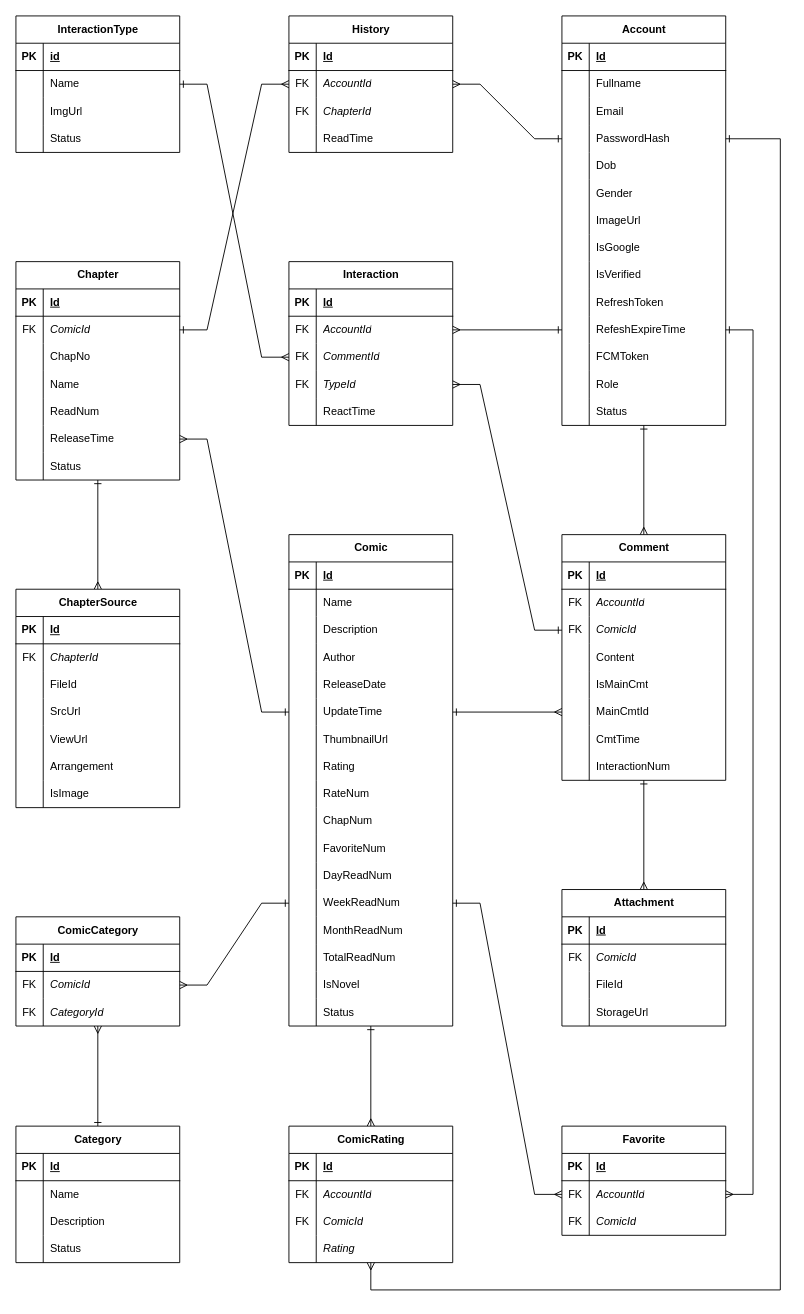
hiepquoc0607/OnComics keeps this draw.io diagram as page "Logical" (2 of 2) of OnComics.Scripts/OnComics-ERD-Diagram.drawio. Above is the earlier version. Source tidied: cells renumbered, new cells numbered last; positions are measured from the earlier drawing's top-left corner, leaving out a move shared by most shapes. Both pictures are drawn from the tidied source at 91%, with x=0, y=0 at pixel (15, 15).
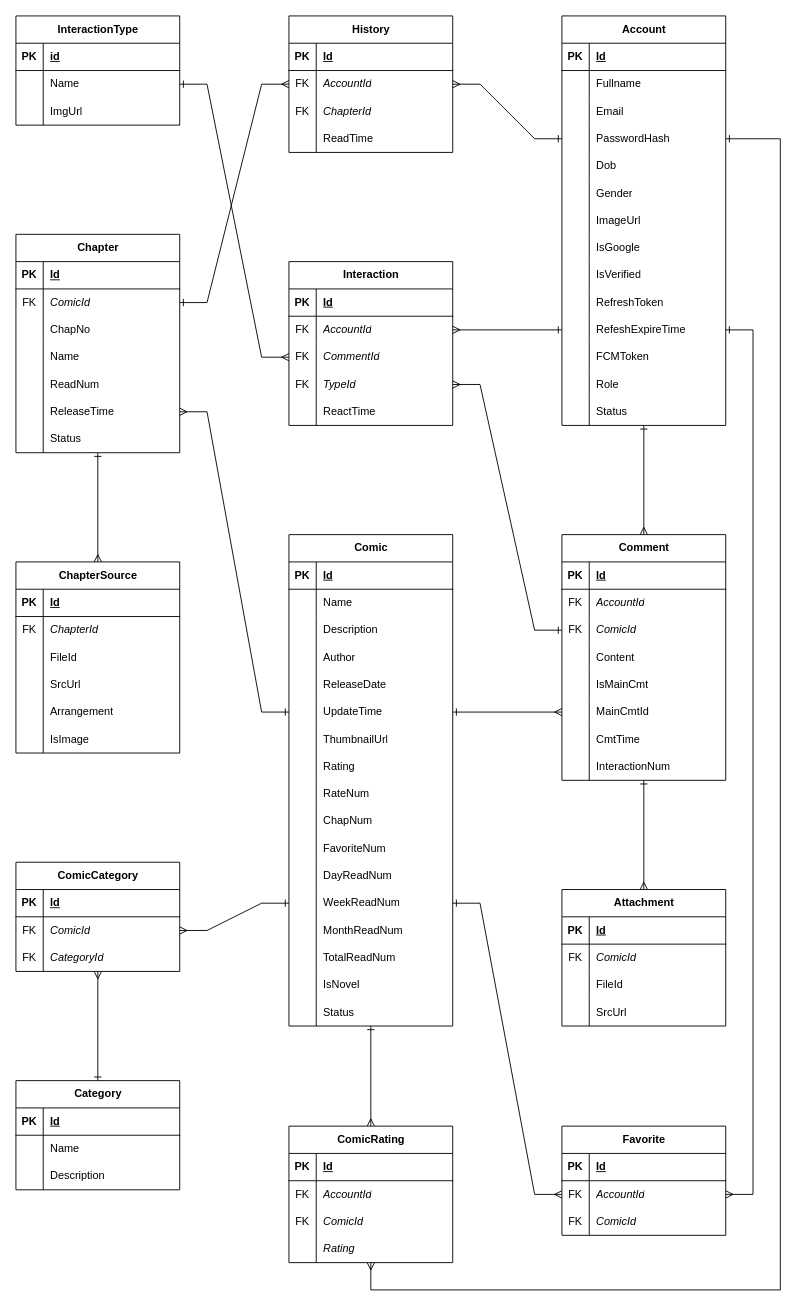
After the change.

The change refers to these unchanged cells:
```xml
<mxCell id="50" style="shape=tableRow;horizontal=0;startSize=0;swimlaneHead=0;swimlaneBody=0;fillColor=none;points=[[0,0.5],[1,0.5]];portConstraint=eastwest;top=0;left=0;right=0;bottom=0;" parent="46" vertex="1">
  <mxGeometry y="60" width="180" height="30" as="geometry" />
</mxCell>
<mxCell id="119" style="shape=tableRow;horizontal=0;startSize=0;swimlaneHead=0;swimlaneBody=0;fillColor=none;points=[[0,0.5],[1,0.5]];portConstraint=eastwest;top=0;left=0;right=0;bottom=0;" parent="115" vertex="1">
  <mxGeometry y="60" width="180" height="30" as="geometry" />
</mxCell>
<mxCell id="131" style="shape=tableRow;horizontal=0;startSize=0;swimlaneHead=0;swimlaneBody=0;fillColor=none;points=[[0,0.5],[1,0.5]];portConstraint=eastwest;top=0;left=0;right=0;bottom=0;" parent="115" vertex="1">
  <mxGeometry y="180" width="180" height="30" as="geometry" />
</mxCell>
<mxCell id="165" style="shape=tableRow;horizontal=0;startSize=0;swimlaneHead=0;swimlaneBody=0;fillColor=none;points=[[0,0.5],[1,0.5]];portConstraint=eastwest;top=0;left=0;right=0;bottom=0;" parent="149" vertex="1">
  <mxGeometry y="180" width="180" height="30" as="geometry" />
</mxCell>
<mxCell id="186" style="shape=tableRow;horizontal=0;startSize=0;swimlaneHead=0;swimlaneBody=0;fillColor=none;points=[[0,0.5],[1,0.5]];portConstraint=eastwest;top=0;left=0;right=0;bottom=0;" parent="149" vertex="1">
  <mxGeometry y="390" width="180" height="30" as="geometry" />
</mxCell>
<mxCell id="206" style="shape=tableRow;horizontal=0;startSize=0;swimlaneHead=0;swimlaneBody=0;fillColor=none;points=[[0,0.5],[1,0.5]];portConstraint=eastwest;top=0;left=0;right=0;bottom=0;" parent="202" vertex="1">
  <mxGeometry y="60" width="180" height="30" as="geometry" />
</mxCell>
<mxCell id="280" style="shape=tableRow;horizontal=0;startSize=0;swimlaneHead=0;swimlaneBody=0;fillColor=none;top=0;left=0;right=0;bottom=0;" parent="270" vertex="1">
  <mxGeometry y="120" width="180" height="30" as="geometry" />
</mxCell>
```

Diff of the diagram source:
```diff
@@
     <mxCell id="59" value="InteractionType" style="shape=table;startSize=30;childLayout=tableLayout;rowLines=0;fontStyle=1;align=center;html=1;" parent="1" vertex="1">
-      <mxGeometry width="180" height="150" as="geometry" />
+      <mxGeometry width="180" height="120" as="geometry" />
     </mxCell>
@@
-    <mxCell id="69" style="shape=tableRow;horizontal=0;startSize=0;swimlaneHead=0;swimlaneBody=0;fillColor=none;top=0;left=0;right=0;bottom=0;" parent="59" vertex="1">
-      <mxGeometry y="120" width="180" height="30" as="geometry" />
-    </mxCell>
-    <mxCell id="70" style="shape=partialRectangle;fillColor=none;top=0;left=0;bottom=0;right=0;overflow=hidden;whiteSpace=wrap;html=1;" parent="69" vertex="1">
-      <mxGeometry width="30" height="30" as="geometry" />
-    </mxCell>
-    <mxCell id="71" value="Status" style="shape=partialRectangle;fillColor=none;top=0;left=0;bottom=0;right=0;align=left;spacingLeft=6;overflow=hidden;whiteSpace=wrap;html=1;" parent="69" vertex="1">
-      <mxGeometry x="30" width="150" height="30" as="geometry" />
-    </mxCell>
@@
     <mxCell id="115" value="Chapter" style="shape=table;startSize=30;childLayout=tableLayout;rowLines=0;fontStyle=1;align=center;html=1;" parent="1" vertex="1">
-      <mxGeometry y="270" width="180" height="240" as="geometry" />
+      <mxGeometry y="240" width="180" height="240" as="geometry" />
     </mxCell>
@@
     <mxCell id="147" style="rounded=0;jettySize=auto;html=1;entryX=1;entryY=0.5;entryDx=0;entryDy=0;startArrow=ERone;startFill=0;endArrow=ERmany;endFill=0;exitX=0;exitY=0.5;exitDx=0;exitDy=0;" parent="1" edge="1" source="186" target="206">
       <mxGeometry relative="1" as="geometry">
         <Array as="points">
           <mxPoint x="270" y="975" />
-          <mxPoint x="210" y="1065" />
+          <mxPoint x="210" y="1005" />
         </Array>
       </mxGeometry>
     </mxCell>
@@
     <mxCell id="202" value="ComicCategory" style="shape=table;startSize=30;childLayout=tableLayout;rowLines=0;fontStyle=1;align=center;html=1;" parent="1" vertex="1">
-      <mxGeometry y="990" width="180" height="120" as="geometry" />
+      <mxGeometry y="930" width="180" height="120" as="geometry" />
     </mxCell>
@@
     <mxCell id="212" value="Category" style="shape=table;startSize=30;childLayout=tableLayout;rowLines=0;fontStyle=1;align=center;html=1;" parent="1" vertex="1">
-      <mxGeometry y="1220" width="180" height="150" as="geometry" />
+      <mxGeometry y="1170" width="180" height="120" as="geometry" />
     </mxCell>
@@
-    <mxCell id="222" style="shape=tableRow;horizontal=0;startSize=0;swimlaneHead=0;swimlaneBody=0;fillColor=none;top=0;left=0;right=0;bottom=0;" parent="212" vertex="1">
-      <mxGeometry y="120" width="180" height="30" as="geometry" />
-    </mxCell>
-    <mxCell id="223" style="shape=partialRectangle;fillColor=none;top=0;left=0;bottom=0;right=0;overflow=hidden;whiteSpace=wrap;html=1;" parent="222" vertex="1">
-      <mxGeometry width="30" height="30" as="geometry" />
-    </mxCell>
-    <mxCell id="224" value="Status" style="shape=partialRectangle;fillColor=none;top=0;left=0;bottom=0;right=0;align=left;spacingLeft=6;overflow=hidden;whiteSpace=wrap;html=1;" parent="222" vertex="1">
-      <mxGeometry x="30" width="150" height="30" as="geometry" />
-    </mxCell>
     <mxCell id="225" style="endArrow=ERmany;html=1;rounded=0;startArrow=ERone;startFill=0;endFill=0;exitX=0;exitY=0.5;exitDx=0;exitDy=0;entryX=1;entryY=0.5;entryDx=0;entryDy=0;" parent="1" edge="1" source="165" target="131">
       <mxGeometry relative="1" as="geometry">
         <Array as="points">
           <mxPoint x="270" y="765" />
-          <mxPoint x="210" y="465" />
+          <mxPoint x="210" y="435" />
         </Array>
       </mxGeometry>
     </mxCell>
     <mxCell id="226" style="endArrow=ERmany;html=1;rounded=0;startArrow=ERone;startFill=0;endFill=0;exitX=1;exitY=0.5;exitDx=0;exitDy=0;entryX=0;entryY=0.5;entryDx=0;entryDy=0;" parent="1" edge="1" source="119" target="50">
       <mxGeometry relative="1" as="geometry">
         <Array as="points">
-          <mxPoint x="210" y="345" />
+          <mxPoint x="210" y="315" />
           <mxPoint x="270" y="75" />
         </Array>
       </mxGeometry>
     </mxCell>
@@
     <mxCell id="248" value="ChapterSource" style="shape=table;startSize=30;childLayout=tableLayout;rowLines=0;fontStyle=1;align=center;html=1;" parent="1" vertex="1">
-      <mxGeometry y="630" width="180" height="240" as="geometry" />
+      <mxGeometry y="600" width="180" height="210" as="geometry" />
     </mxCell>
@@
-    <mxCell id="261" style="shape=tableRow;horizontal=0;startSize=0;swimlaneHead=0;swimlaneBody=0;fillColor=none;top=0;left=0;right=0;bottom=0;" parent="248" vertex="1">
-      <mxGeometry y="150" width="180" height="30" as="geometry" />
-    </mxCell>
-    <mxCell id="262" style="shape=partialRectangle;fillColor=none;top=0;left=0;bottom=0;right=0;overflow=hidden;whiteSpace=wrap;html=1;" parent="261" vertex="1">
-      <mxGeometry width="30" height="30" as="geometry" />
-    </mxCell>
-    <mxCell id="263" value="ViewUrl" style="shape=partialRectangle;fillColor=none;top=0;left=0;bottom=0;right=0;align=left;spacingLeft=6;overflow=hidden;whiteSpace=wrap;html=1;fontStyle=0;" parent="261" vertex="1">
-      <mxGeometry x="30" width="150" height="30" as="geometry" />
-    </mxCell>
     <mxCell id="264" style="shape=tableRow;horizontal=0;startSize=0;swimlaneHead=0;swimlaneBody=0;fillColor=none;top=0;left=0;right=0;bottom=0;" parent="248" vertex="1">
-      <mxGeometry y="180" width="180" height="30" as="geometry" />
+      <mxGeometry y="150" width="180" height="30" as="geometry" />
     </mxCell>
@@
     <mxCell id="267" style="shape=tableRow;horizontal=0;startSize=0;swimlaneHead=0;swimlaneBody=0;fillColor=none;top=0;left=0;right=0;bottom=0;" parent="248" vertex="1">
-      <mxGeometry y="210" width="180" height="30" as="geometry" />
+      <mxGeometry y="180" width="180" height="30" as="geometry" />
     </mxCell>
@@
-    <mxCell id="282" value="&lt;span style=&quot;font-style: normal;&quot;&gt;StorageUrl&lt;/span&gt;" style="shape=partialRectangle;fillColor=none;top=0;left=0;bottom=0;right=0;align=left;spacingLeft=6;overflow=hidden;whiteSpace=wrap;html=1;fontStyle=2;" parent="280" vertex="1">
+    <mxCell id="282" value="&lt;span style=&quot;font-style: normal;&quot;&gt;SrcUrl&lt;/span&gt;" style="shape=partialRectangle;fillColor=none;top=0;left=0;bottom=0;right=0;align=left;spacingLeft=6;overflow=hidden;whiteSpace=wrap;html=1;fontStyle=2;" parent="280" vertex="1">
       <mxGeometry x="30" width="150" height="30" as="geometry" />
     </mxCell>
```
